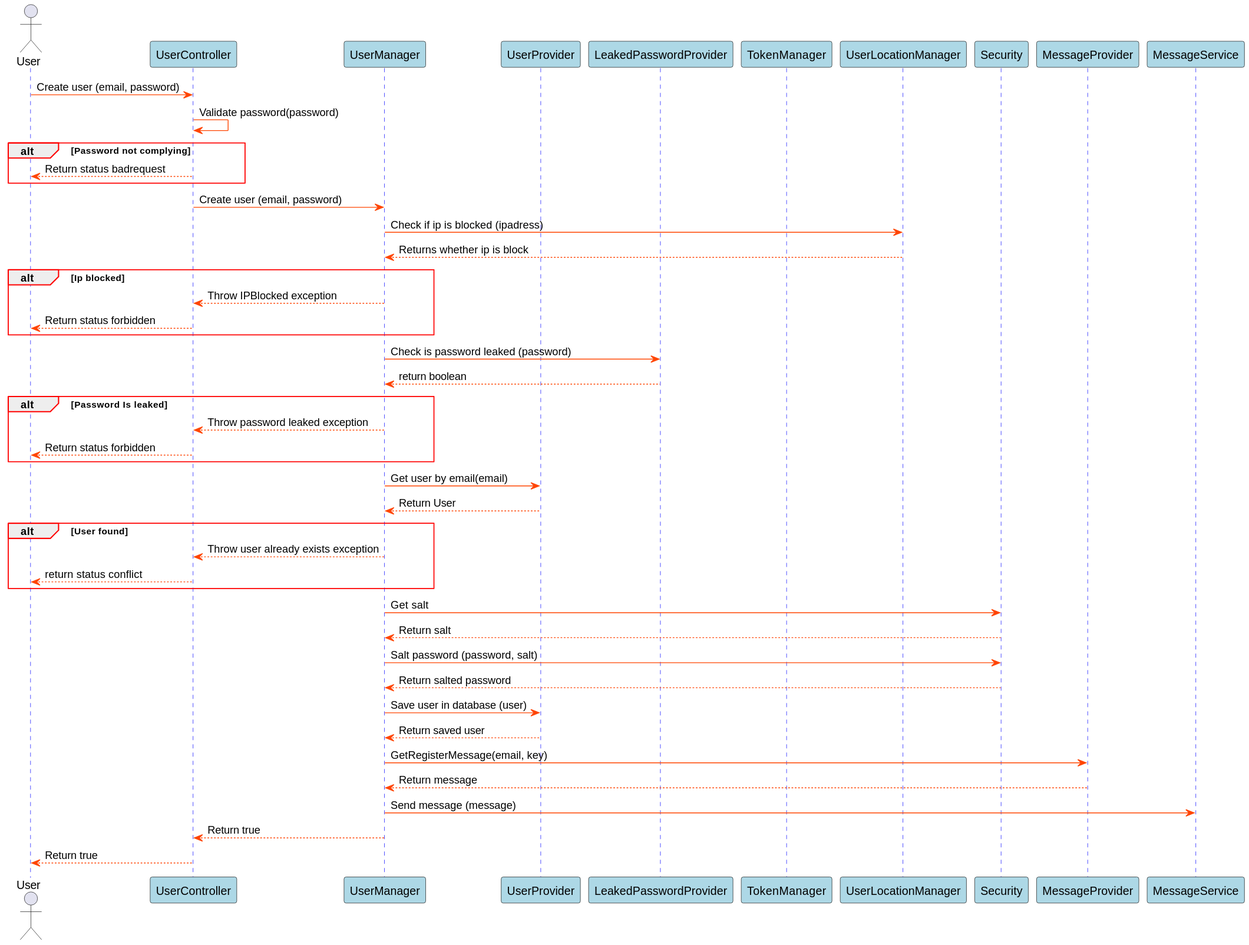
This is Docs/out/SDDiagrams/CreateUserSD/Create User SD.svg from blackout1471/trust-us-school, a PlantUML export, as it was before one commit.
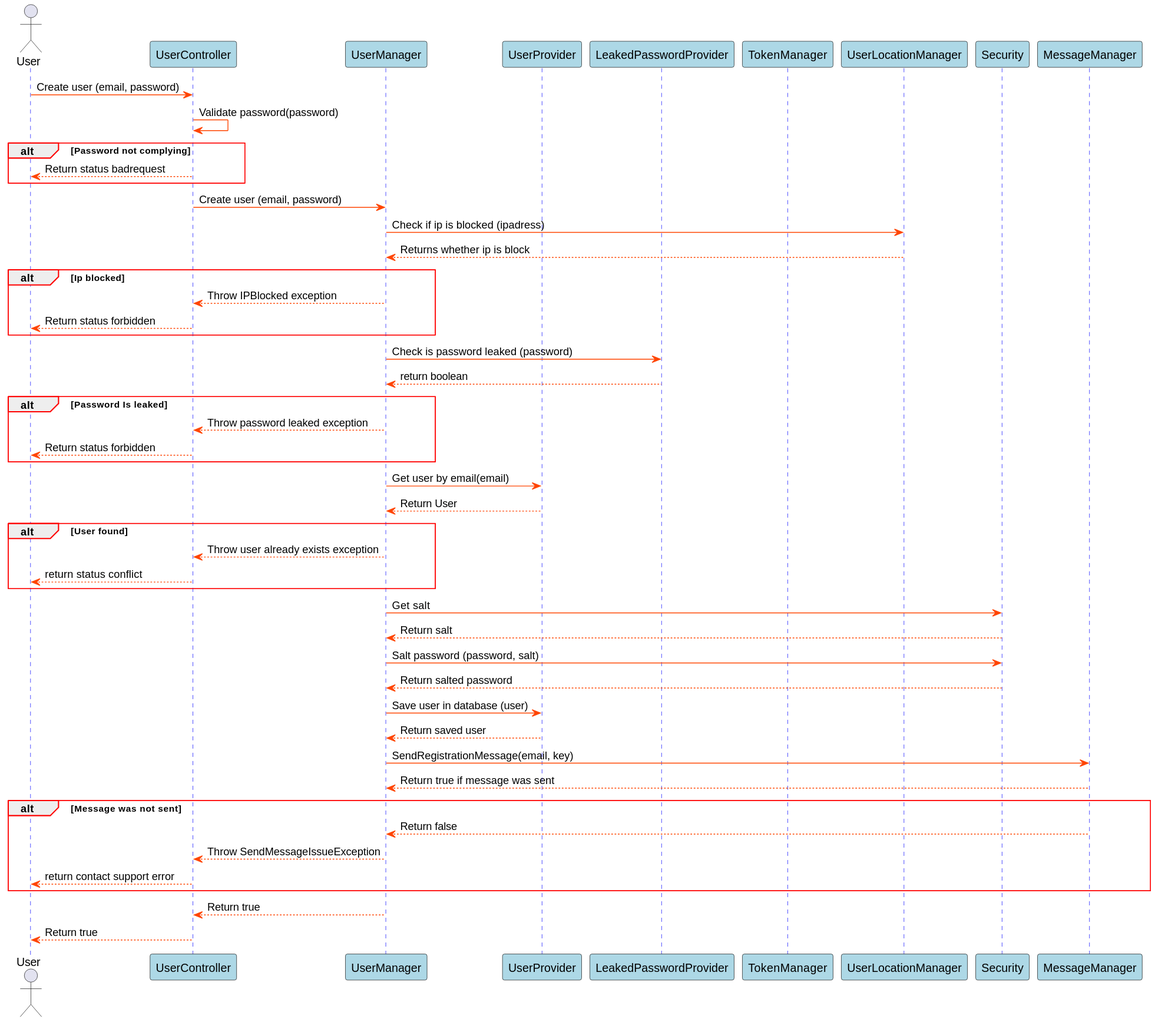
After the change.

What changed in the source:
```diff
@@ -19,8 +19,7 @@
 participant TokenManager
 participant UserLocationManager
 participant Security
-participant MessageProvider
-participant MessageService
+participant MessageManager
 
 
 
@@ -69,10 +68,14 @@
 UserManager->UserProvider: Save user in database (user)
 UserProvider-->UserManager: Return saved user
 
-UserManager->MessageProvider: GetRegisterMessage(email, key)
-MessageProvider-->UserManager: Return message
-UserManager->MessageService: Send message (message)
+UserManager->MessageManager: SendRegistrationMessage(email, key)
+MessageManager-->UserManager: Return true if message was sent
+alt Message was not sent
+MessageManager-->UserManager: Return false
+UserManager --> UserController: Throw SendMessageIssueException
+UserController --> User: return contact support error
 
+end
 UserManager-->UserController: Return true
 UserController-->User: Return true
 
```
